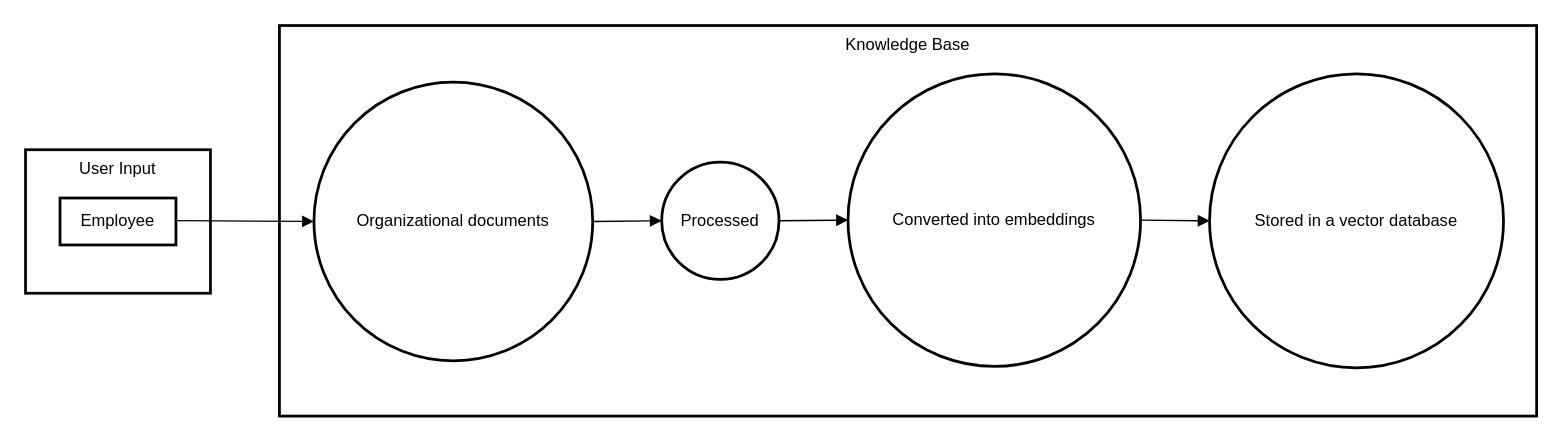
ikarthickthiyagarajan/Codsoft keeps this draw.io diagram as Untitled Diagram.drawio. Above is the earlier version. Source tidied: cells renumbered, new cells numbered last; positions are measured from the earlier drawing's top-left corner, leaving out a move shared by most shapes. Both pictures are drawn from the tidied source at 138%, with x=0, y=0 at pixel (25, 25).
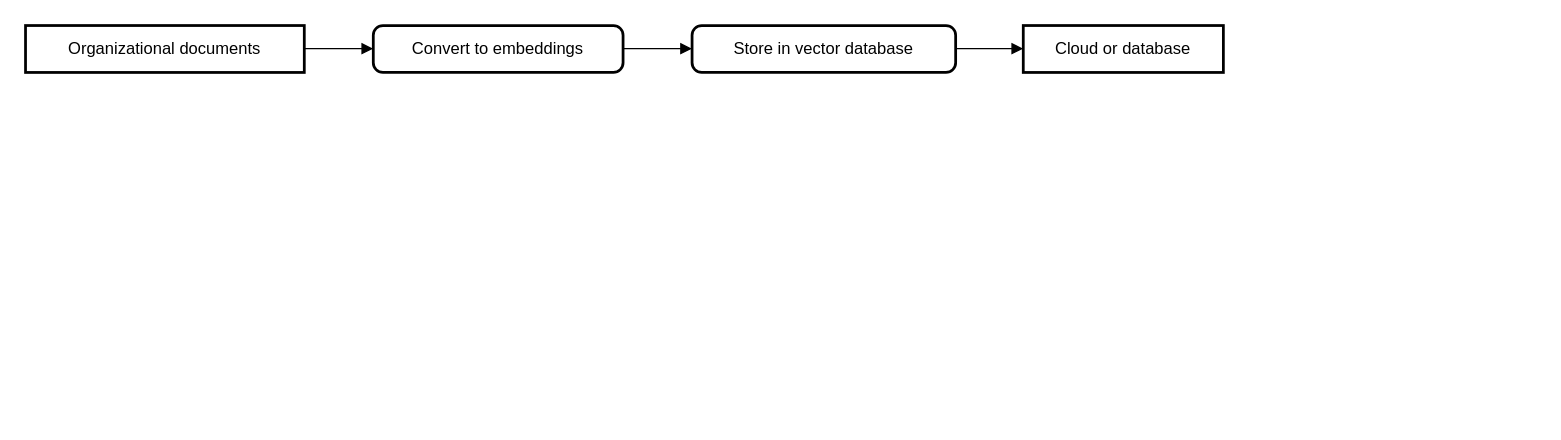
After the change.

The edit, as a diff of the source:
```diff
@@
 <mxGraphModel>
   <root>
     <mxCell id="0" />
     <mxCell id="1" parent="0" />
-    <mxCell id="2" value="User Input" style="whiteSpace=wrap;strokeWidth=2;verticalAlign=top;" parent="1" vertex="1">
-      <mxGeometry y="90" width="134" height="104" as="geometry" />
+    <mxCell id="2" value="Organizational documents" style="whiteSpace=wrap;strokeWidth=2;" parent="1" vertex="1">
+      <mxGeometry width="202" height="34" as="geometry" />
     </mxCell>
-    <mxCell id="3" value="Employee" style="whiteSpace=wrap;strokeWidth=2;" parent="1" vertex="1">
-      <mxGeometry x="25" y="125" width="84" height="34" as="geometry" />
+    <mxCell id="3" value="Convert to embeddings" style="rounded=1;absoluteArcSize=1;arcSize=14;whiteSpace=wrap;strokeWidth=2;" parent="1" vertex="1">
+      <mxGeometry x="252" width="181" height="34" as="geometry" />
     </mxCell>
-    <mxCell id="4" value="Knowledge Base" style="whiteSpace=wrap;strokeWidth=2;verticalAlign=top;" parent="1" vertex="1">
-      <mxGeometry x="184" width="911" height="283" as="geometry" />
+    <mxCell id="4" value="Store in vector database" style="rounded=1;absoluteArcSize=1;arcSize=14;whiteSpace=wrap;strokeWidth=2;" parent="1" vertex="1">
+      <mxGeometry x="483" width="191" height="34" as="geometry" />
     </mxCell>
-    <mxCell id="5" value="Organizational documents" style="ellipse;strokeWidth=2;whiteSpace=wrap;" parent="1" vertex="1">
-      <mxGeometry x="209" y="41" width="202" height="202" as="geometry" />
+    <mxCell id="5" value="Cloud or database" style="whiteSpace=wrap;strokeWidth=2;" parent="1" vertex="1">
+      <mxGeometry x="723" width="145" height="34" as="geometry" />
     </mxCell>
-    <mxCell id="6" value="Processed" style="ellipse;strokeWidth=2;whiteSpace=wrap;" parent="1" vertex="1">
-      <mxGeometry x="461" y="99" width="85" height="85" as="geometry" />
+    <mxCell id="6" style="curved=1;startArrow=none;endArrow=block;exitX=0.9983124685759591;exitY=0.493315528420841;entryX=-0.0018833223627417127;entryY=0.493315528420841;" parent="1" edge="1" source="2" target="3">
+      <mxGeometry relative="1" as="geometry" />
     </mxCell>
-    <mxCell id="7" value="Converted into embeddings" style="ellipse;strokeWidth=2;whiteSpace=wrap;" parent="1" vertex="1">
-      <mxGeometry x="596" y="35" width="212" height="212" as="geometry" />
+    <mxCell id="7" style="curved=1;startArrow=none;endArrow=block;exitX=0.9974888754154437;exitY=0.493315528420841;entryX=-0.002379652093218259;entryY=0.493315528420841;" parent="1" edge="1" source="3" target="4">
+      <mxGeometry relative="1" as="geometry" />
     </mxCell>
-    <mxCell id="8" value="Stored in a vector database" style="ellipse;strokeWidth=2;whiteSpace=wrap;" parent="1" vertex="1">
-      <mxGeometry x="858" y="35" width="213" height="213" as="geometry" />
+    <mxCell id="8" style="curved=1;startArrow=none;endArrow=block;exitX=0.9953297719905514;exitY=0.493315528420841;entryX=0.0007447341392780172;entryY=0.493315528420841;" parent="1" edge="1" source="4" target="5">
+      <mxGeometry relative="1" as="geometry" />
     </mxCell>
-    <mxCell id="9" style="curved=1;startArrow=none;endArrow=block;exitX=1.00493776230585;exitY=0.48094917746151195;entryX=0.002053326899462407;entryY=0.4967934259093634;" parent="1" edge="1" source="3" target="5">
-      <mxGeometry relative="1" as="geometry" />
-    </mxCell>
-    <mxCell id="10" style="curved=1;startArrow=none;endArrow=block;exitX=1.0003657954754215;exitY=0.4967934259093634;entryX=0.000869302188648897;entryY=0.49826202392578123;" parent="1" edge="1" source="5" target="6">
-      <mxGeometry relative="1" as="geometry" />
-    </mxCell>
-    <mxCell id="11" style="curved=1;startArrow=none;endArrow=block;exitX=1.0034763111787683;exitY=0.49826202392578123;entryX=0.0013938040103552477;entryY=0.5016616605362803;" parent="1" edge="1" source="6" target="7">
-      <mxGeometry relative="1" as="geometry" />
-    </mxCell>
-    <mxCell id="12" style="curved=1;startArrow=none;endArrow=block;exitX=1.0005897665923495;exitY=0.5016616605362803;entryX=0.0005869977351085681;entryY=0.4993064414727296;" parent="1" edge="1" source="7" target="8">
-      <mxGeometry relative="1" as="geometry" />
-    </mxCell>
   </root>
 </mxGraphModel>
```
